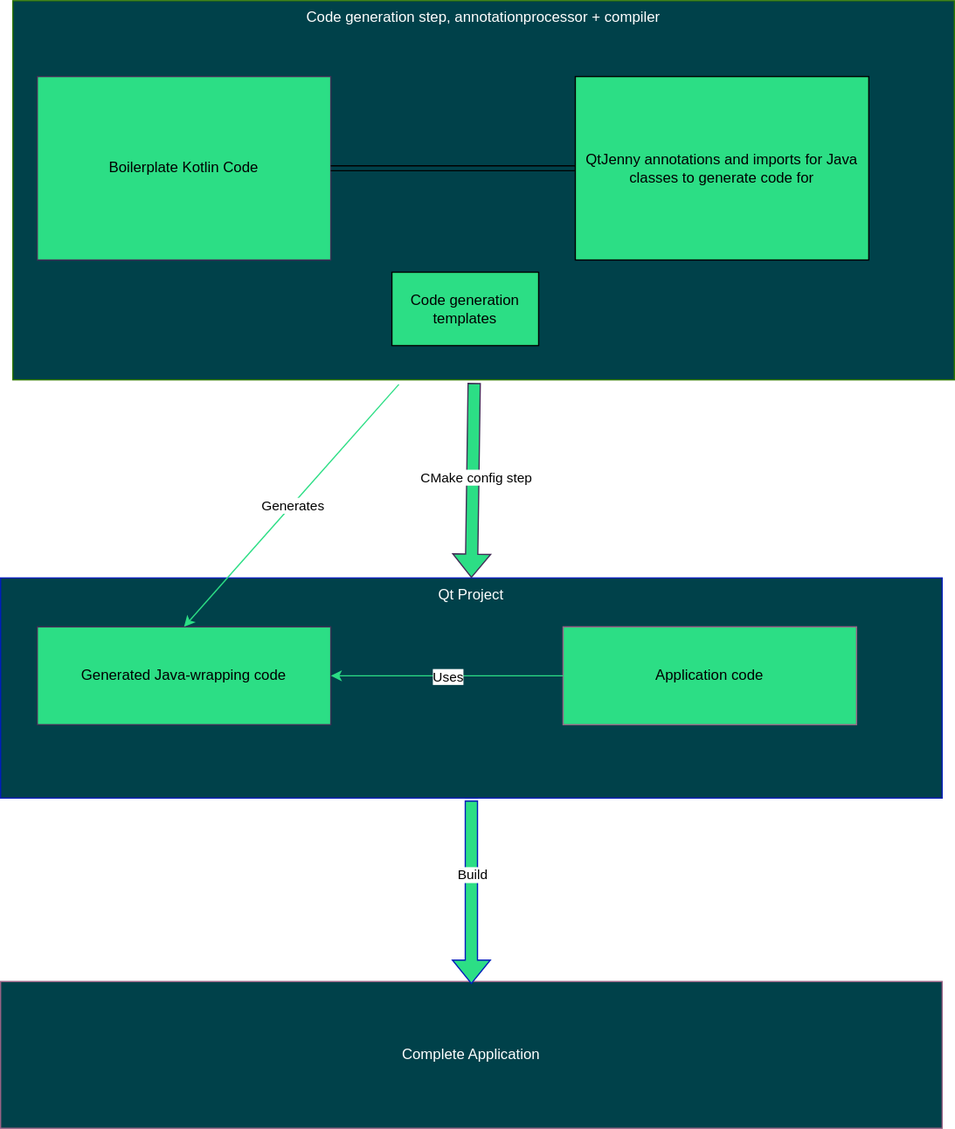
Above: qtdoc/doc/src/images/qtjenny-sequence.drawio.svg in CipSoft-Tibia/Qt5 (draw.io), before the change. Source tidied: cells renumbered, new cells last; positions are measured from the earlier drawing's top-left corner, leaving out a move shared by most shapes. Its diagram source:
```xml
<mxGraphModel>
  <root>
    <mxCell id="0" />
    <mxCell id="1" parent="0" />
    <mxCell id="2" value="&lt;span style=&quot;&quot;&gt;Qt Project&lt;/span&gt;" style="rounded=0;whiteSpace=wrap;html=1;verticalAlign=top;fillColor=light-dark(#00414A,#00414A);strokeColor=light-dark(#001DBC,#000000);fontColor=light-dark(#FFFFFF,#FFFFFF);fillStyle=solid;" parent="1" vertex="1">
      <mxGeometry y="472" width="770" height="180" as="geometry" />
    </mxCell>
    <mxCell id="3" value="&lt;span style=&quot;&quot;&gt;Code generation step, annotationprocessor + compiler&lt;/span&gt;" style="rounded=0;whiteSpace=wrap;html=1;verticalAlign=top;fillColor=light-dark(#00414A,#00414A);fontColor=#FFFFFF;strokeColor=light-dark(#2D7600,#000000);gradientColor=none;fillStyle=solid;" parent="1" vertex="1">
      <mxGeometry x="10" width="770" height="310" as="geometry" />
    </mxCell>
    <mxCell id="4" value="&lt;span style=&quot;&quot;&gt;Boilerplate Kotlin Code&lt;/span&gt;" style="rounded=0;whiteSpace=wrap;html=1;fillColor=light-dark(#2CDE85,#2CDE85);fontColor=light-dark(#000000,#000000);strokeColor=light-dark(#432D57,#000000);fillStyle=solid;" parent="1" vertex="1">
      <mxGeometry x="30" y="62" width="240" height="150" as="geometry" />
    </mxCell>
    <mxCell id="5" value="&lt;span style=&quot;color: light-dark(rgb(0, 0, 0), rgb(0, 0, 0));&quot;&gt;QtJenny annotations and imports for Java classes to generate code for&lt;/span&gt;" style="rounded=0;whiteSpace=wrap;html=1;fillColor=light-dark(#2CDE85,#2CDE85);gradientColor=none;strokeColor=light-dark(#000000,#000000);fillStyle=solid;" parent="1" vertex="1">
      <mxGeometry x="470" y="62" width="240" height="150" as="geometry" />
    </mxCell>
    <mxCell id="6" style="shape=link;html=1;rounded=0;exitX=1;exitY=0.5;exitDx=0;exitDy=0;entryX=0;entryY=0.5;entryDx=0;entryDy=0;" parent="1" edge="1" source="4" target="5">
      <mxGeometry relative="1" as="geometry" />
    </mxCell>
    <mxCell id="7" value="Generated Java-wrapping code" style="rounded=0;whiteSpace=wrap;html=1;fillColor=light-dark(#2CDE85,#2CDE85);fontColor=#000000;strokeColor=light-dark(#432D57,#000000);fillStyle=solid;" parent="1" vertex="1">
      <mxGeometry x="30" y="512" width="240" height="80" as="geometry" />
    </mxCell>
    <mxCell id="8" value="&lt;span style=&quot;&quot;&gt;Application code&lt;/span&gt;" style="rounded=0;whiteSpace=wrap;html=1;fillColor=light-dark(#2CDE85,#2CDE85);strokeColor=light-dark(#996185,#000000);gradientColor=none;fillStyle=solid;fontColor=#000000;" parent="1" vertex="1">
      <mxGeometry x="460" y="512" width="240" height="80" as="geometry" />
    </mxCell>
    <mxCell id="9" style="endArrow=classic;html=1;rounded=0;exitX=0.41;exitY=1.012;exitDx=0;exitDy=0;exitPerimeter=0;entryX=0.5;entryY=0;entryDx=0;entryDy=0;fillColor=#fa6800;strokeColor=light-dark(#2CDE85,#2CDE85);fontColor=light-dark(#000000,#000000);" parent="1" edge="1" source="3" target="7">
      <mxGeometry relative="1" as="geometry" />
    </mxCell>
    <mxCell id="10" value="Generates" style="edgeLabel;html=1;align=center;verticalAlign=middle;" parent="9" vertex="1">
      <mxGeometry relative="1" as="geometry" />
    </mxCell>
    <mxCell id="11" style="endArrow=classic;html=1;rounded=0;entryX=1;entryY=0.5;entryDx=0;entryDy=0;fillColor=#fa6800;strokeColor=light-dark(#2CDE85,#2CDE85);fontColor=light-dark(#FFFFFF,#FFFFFF);" parent="1" edge="1" source="8" target="7">
      <mxGeometry relative="1" as="geometry" />
    </mxCell>
    <mxCell id="12" value="Uses" style="edgeLabel;html=1;align=center;verticalAlign=middle;fontColor=light-dark(#000000,#000000);" parent="11" vertex="1">
      <mxGeometry relative="1" as="geometry" />
    </mxCell>
    <mxCell id="13" value="&lt;span style=&quot;color: light-dark(rgb(255, 255, 255), rgb(255, 255, 255));&quot;&gt;Complete Application&lt;/span&gt;" style="rounded=0;whiteSpace=wrap;html=1;fillColor=light-dark(#00414A,#00414A);gradientColor=none;strokeColor=light-dark(#996185,#000000);fillStyle=solid;fontColor=light-dark(#FFFFFF,#FFFFFF);" parent="1" vertex="1">
      <mxGeometry y="802" width="770" height="120" as="geometry" />
    </mxCell>
    <mxCell id="14" style="shape=flexArrow;endArrow=classic;html=1;rounded=0;fillColor=light-dark(#2CDE85,#2CDE85);strokeColor=light-dark(#001DBC,#000000);fontColor=light-dark(#000000,#000000);" parent="1" edge="1">
      <mxGeometry relative="1" as="geometry">
        <mxPoint x="385" y="654" as="sourcePoint" />
        <mxPoint x="385" y="804" as="targetPoint" />
      </mxGeometry>
    </mxCell>
    <mxCell id="15" value="Build" style="edgeLabel;html=1;align=center;verticalAlign=middle;" parent="14" vertex="1">
      <mxGeometry x="-0.2" relative="1" as="geometry" />
    </mxCell>
    <mxCell id="16" style="shape=flexArrow;endArrow=classic;html=1;rounded=0;exitX=0.49;exitY=1.008;exitDx=0;exitDy=0;exitPerimeter=0;entryX=0.5;entryY=0;entryDx=0;entryDy=0;fillColor=light-dark(#2CDE85,#2CDE85);strokeColor=light-dark(#432D57,#000000);fontColor=light-dark(#000000,#000000);" parent="1" edge="1" source="3" target="2">
      <mxGeometry relative="1" as="geometry" />
    </mxCell>
    <mxCell id="17" value="CMake config step" style="edgeLabel;html=1;align=center;verticalAlign=middle;" parent="16" vertex="1">
      <mxGeometry x="-0.03" y="2" relative="1" as="geometry" />
    </mxCell>
    <mxCell id="18" value="Code generation templates" style="rounded=0;whiteSpace=wrap;html=1;fillColor=light-dark(#2CDE85,#2CDE85);fontColor=light-dark(#000000,#000000);strokeColor=light-dark(#000000,#000000);fillStyle=solid;" parent="1" vertex="1">
      <mxGeometry x="320" y="222" width="120" height="60" as="geometry" />
    </mxCell>
  </root>
</mxGraphModel>
```
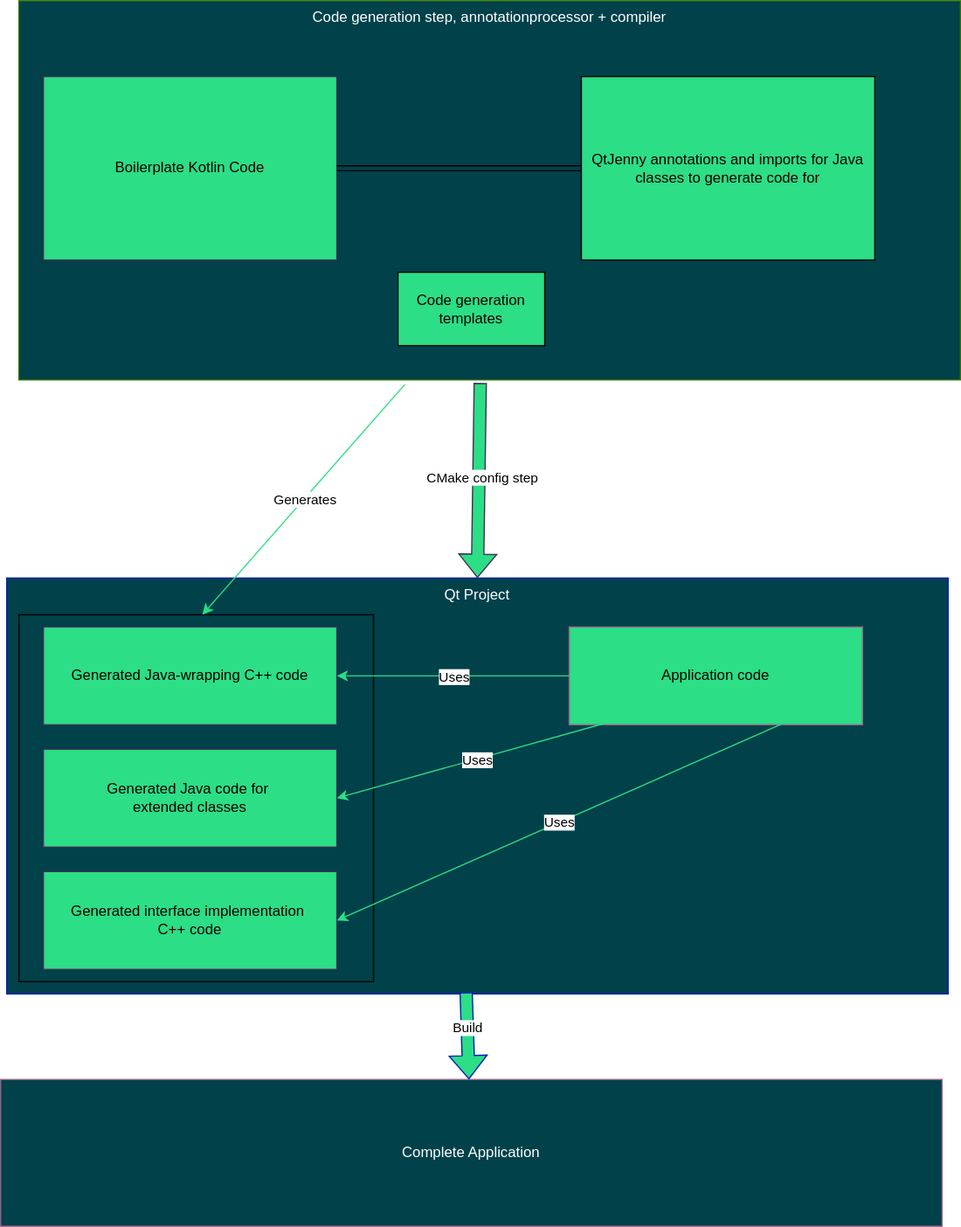
The same diagram one commit later.

Change to the diagram source:
```diff
@@ -3,8 +3,11 @@
     <mxCell id="0" />
     <mxCell id="1" parent="0" />
     <mxCell id="2" value="&lt;span style=&quot;&quot;&gt;Qt Project&lt;/span&gt;" style="rounded=0;whiteSpace=wrap;html=1;verticalAlign=top;fillColor=light-dark(#00414A,#00414A);strokeColor=light-dark(#001DBC,#000000);fontColor=light-dark(#FFFFFF,#FFFFFF);fillStyle=solid;" parent="1" vertex="1">
-      <mxGeometry y="472" width="770" height="180" as="geometry" />
+      <mxGeometry y="472" width="770" height="340" as="geometry" />
     </mxCell>
+    <mxCell id="19" style="rounded=0;whiteSpace=wrap;html=1;fillStyle=solid;fillColor=light-dark(#00414A,#BF4040);" parent="1" vertex="1">
+      <mxGeometry x="10" y="502" width="290" height="300" as="geometry" />
+    </mxCell>
     <mxCell id="3" value="&lt;span style=&quot;&quot;&gt;Code generation step, annotationprocessor + compiler&lt;/span&gt;" style="rounded=0;whiteSpace=wrap;html=1;verticalAlign=top;fillColor=light-dark(#00414A,#00414A);fontColor=#FFFFFF;strokeColor=light-dark(#2D7600,#000000);gradientColor=none;fillStyle=solid;" parent="1" vertex="1">
       <mxGeometry x="10" width="770" height="310" as="geometry" />
     </mxCell>
@@ -17,14 +20,16 @@
     <mxCell id="6" style="shape=link;html=1;rounded=0;exitX=1;exitY=0.5;exitDx=0;exitDy=0;entryX=0;entryY=0.5;entryDx=0;entryDy=0;" parent="1" edge="1" source="4" target="5">
       <mxGeometry relative="1" as="geometry" />
     </mxCell>
-    <mxCell id="7" value="Generated Java-wrapping code" style="rounded=0;whiteSpace=wrap;html=1;fillColor=light-dark(#2CDE85,#2CDE85);fontColor=#000000;strokeColor=light-dark(#432D57,#000000);fillStyle=solid;" parent="1" vertex="1">
+    <mxCell id="7" value="Generated Java-wrapping C++ code" style="rounded=0;whiteSpace=wrap;html=1;fillColor=light-dark(#2CDE85,#2CDE85);fontColor=#000000;strokeColor=light-dark(#432D57,#000000);fillStyle=solid;" parent="1" vertex="1">
       <mxGeometry x="30" y="512" width="240" height="80" as="geometry" />
     </mxCell>
     <mxCell id="8" value="&lt;span style=&quot;&quot;&gt;Application code&lt;/span&gt;" style="rounded=0;whiteSpace=wrap;html=1;fillColor=light-dark(#2CDE85,#2CDE85);strokeColor=light-dark(#996185,#000000);gradientColor=none;fillStyle=solid;fontColor=#000000;" parent="1" vertex="1">
       <mxGeometry x="460" y="512" width="240" height="80" as="geometry" />
     </mxCell>
-    <mxCell id="9" style="endArrow=classic;html=1;rounded=0;exitX=0.41;exitY=1.012;exitDx=0;exitDy=0;exitPerimeter=0;entryX=0.5;entryY=0;entryDx=0;entryDy=0;fillColor=#fa6800;strokeColor=light-dark(#2CDE85,#2CDE85);fontColor=light-dark(#000000,#000000);" parent="1" edge="1" source="3" target="7">
-      <mxGeometry relative="1" as="geometry" />
+    <mxCell id="9" style="endArrow=classic;html=1;rounded=0;exitX=0.41;exitY=1.012;exitDx=0;exitDy=0;exitPerimeter=0;fillColor=#fa6800;strokeColor=light-dark(#2CDE85,#2CDE85);fontColor=light-dark(#000000,#000000);" parent="1" edge="1" source="3">
+      <mxGeometry relative="1" as="geometry">
+        <mxPoint x="160" y="502" as="targetPoint" />
+      </mxGeometry>
     </mxCell>
     <mxCell id="10" value="Generates" style="edgeLabel;html=1;align=center;verticalAlign=middle;" parent="9" vertex="1">
       <mxGeometry relative="1" as="geometry" />
@@ -36,13 +41,10 @@
       <mxGeometry relative="1" as="geometry" />
     </mxCell>
     <mxCell id="13" value="&lt;span style=&quot;color: light-dark(rgb(255, 255, 255), rgb(255, 255, 255));&quot;&gt;Complete Application&lt;/span&gt;" style="rounded=0;whiteSpace=wrap;html=1;fillColor=light-dark(#00414A,#00414A);gradientColor=none;strokeColor=light-dark(#996185,#000000);fillStyle=solid;fontColor=light-dark(#FFFFFF,#FFFFFF);" parent="1" vertex="1">
-      <mxGeometry y="802" width="770" height="120" as="geometry" />
+      <mxGeometry x="-5" y="882" width="770" height="120" as="geometry" />
     </mxCell>
-    <mxCell id="14" style="shape=flexArrow;endArrow=classic;html=1;rounded=0;fillColor=light-dark(#2CDE85,#2CDE85);strokeColor=light-dark(#001DBC,#000000);fontColor=light-dark(#000000,#000000);" parent="1" edge="1">
-      <mxGeometry relative="1" as="geometry">
-        <mxPoint x="385" y="654" as="sourcePoint" />
-        <mxPoint x="385" y="804" as="targetPoint" />
-      </mxGeometry>
+    <mxCell id="14" style="shape=flexArrow;endArrow=classic;html=1;rounded=0;fillColor=light-dark(#2CDE85,#2CDE85);strokeColor=light-dark(#001DBC,#000000);fontColor=light-dark(#000000,#000000);exitX=0.488;exitY=0.996;exitDx=0;exitDy=0;exitPerimeter=0;" parent="1" edge="1" source="2" target="13">
+      <mxGeometry relative="1" as="geometry" />
     </mxCell>
     <mxCell id="15" value="Build" style="edgeLabel;html=1;align=center;verticalAlign=middle;" parent="14" vertex="1">
       <mxGeometry x="-0.2" relative="1" as="geometry" />
@@ -56,5 +58,23 @@
     <mxCell id="18" value="Code generation templates" style="rounded=0;whiteSpace=wrap;html=1;fillColor=light-dark(#2CDE85,#2CDE85);fontColor=light-dark(#000000,#000000);strokeColor=light-dark(#000000,#000000);fillStyle=solid;" parent="1" vertex="1">
       <mxGeometry x="320" y="222" width="120" height="60" as="geometry" />
     </mxCell>
+    <mxCell id="20" value="Generated Java code for&amp;nbsp;&lt;br&gt;extended classes" style="rounded=0;whiteSpace=wrap;html=1;fillColor=light-dark(#2CDE85,#2CDE85);fontColor=#000000;strokeColor=light-dark(#432D57,#000000);fillStyle=solid;" parent="1" vertex="1">
+      <mxGeometry x="30" y="612" width="240" height="80" as="geometry" />
+    </mxCell>
+    <mxCell id="21" value="Generated interface implementation&amp;nbsp;&lt;br&gt;C++ code" style="rounded=0;whiteSpace=wrap;html=1;fillColor=light-dark(#2CDE85,#2CDE85);fontColor=#000000;strokeColor=light-dark(#432D57,#000000);fillStyle=solid;" parent="1" vertex="1">
+      <mxGeometry x="30" y="712" width="240" height="80" as="geometry" />
+    </mxCell>
+    <mxCell id="22" style="endArrow=classic;html=1;rounded=0;entryX=1;entryY=0.5;entryDx=0;entryDy=0;fillColor=#fa6800;strokeColor=light-dark(#2CDE85,#2CDE85);fontColor=light-dark(#FFFFFF,#FFFFFF);exitX=0.163;exitY=0.95;exitDx=0;exitDy=0;exitPerimeter=0;" parent="1" edge="1" source="8" target="20">
+      <mxGeometry relative="1" as="geometry" />
+    </mxCell>
+    <mxCell id="23" value="Uses" style="edgeLabel;html=1;align=center;verticalAlign=middle;fontColor=light-dark(#000000,#000000);" parent="22" vertex="1">
+      <mxGeometry relative="1" as="geometry" />
+    </mxCell>
+    <mxCell id="24" style="endArrow=classic;html=1;rounded=0;entryX=1;entryY=0.5;entryDx=0;entryDy=0;fillColor=#fa6800;strokeColor=light-dark(#2CDE85,#2CDE85);fontColor=light-dark(#FFFFFF,#FFFFFF);exitX=0.723;exitY=0.994;exitDx=0;exitDy=0;exitPerimeter=0;" parent="1" edge="1" source="8" target="21">
+      <mxGeometry relative="1" as="geometry" />
+    </mxCell>
+    <mxCell id="25" value="Uses" style="edgeLabel;html=1;align=center;verticalAlign=middle;fontColor=light-dark(#000000,#000000);" parent="24" vertex="1">
+      <mxGeometry relative="1" as="geometry" />
+    </mxCell>
   </root>
 </mxGraphModel>
```
